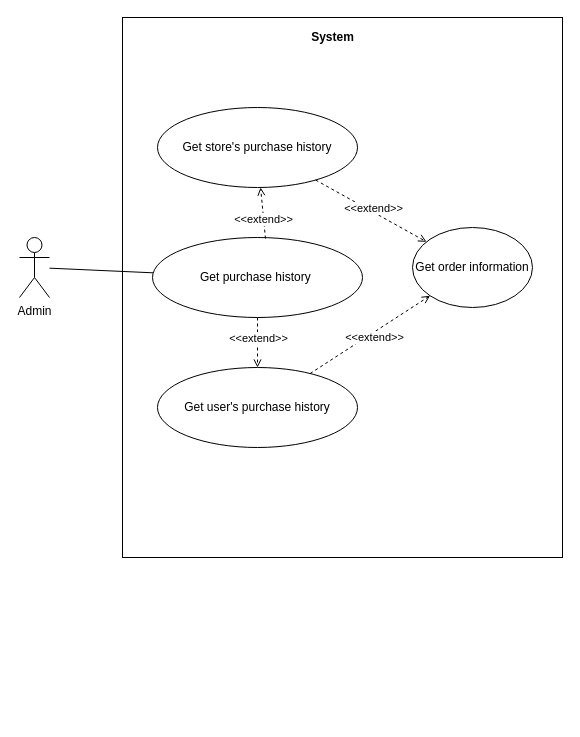
Earlier version of the draw.io diagram use cases/use case 6.4.drawio (LevyIfta/Team-19B-Project). Source tidied: cells renumbered, new cells numbered last; positions are measured from the earlier drawing's top-left corner, leaving out a move shared by most shapes. Both pictures are drawn from the tidied source at 100%, with x=0, y=0 at pixel (19, 17).
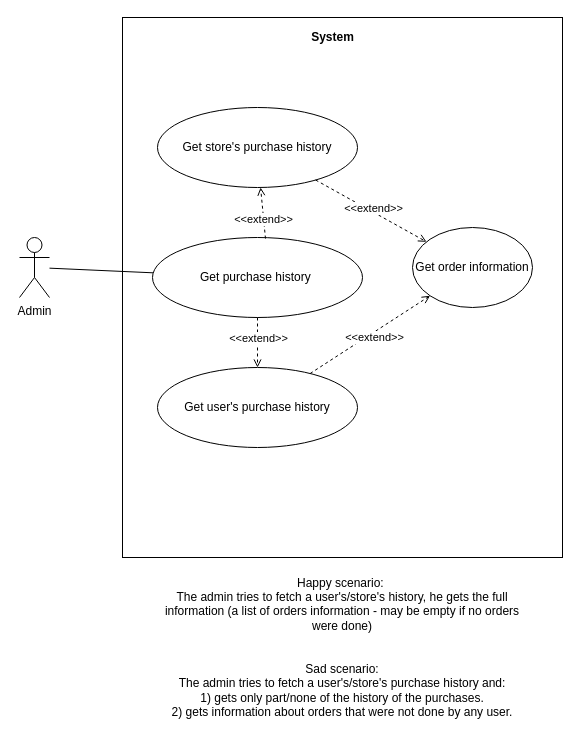
Above is the later version.

Diff of the diagram source:
```diff
@@
+    <mxCell id="18" value="Happy scenario:&amp;nbsp;&lt;br&gt;The admin tries to fetch a user's/store's history, he gets the full information (a list of orders information - may be empty if no orders were done)&lt;br&gt;&lt;br&gt;&lt;br&gt;Sad scenario:&lt;br&gt;The admin tries to fetch a user's/store's purchase history and:&lt;br&gt;1) gets only part/none of the history of the purchases.&lt;br&gt;2) gets information about orders that were not done by any user." style="text;html=1;strokeColor=none;fillColor=none;align=center;verticalAlign=middle;whiteSpace=wrap;rounded=0;" parent="1" vertex="1">
+      <mxGeometry x="143" y="620" width="360" height="20" as="geometry" />
+    </mxCell>
```
